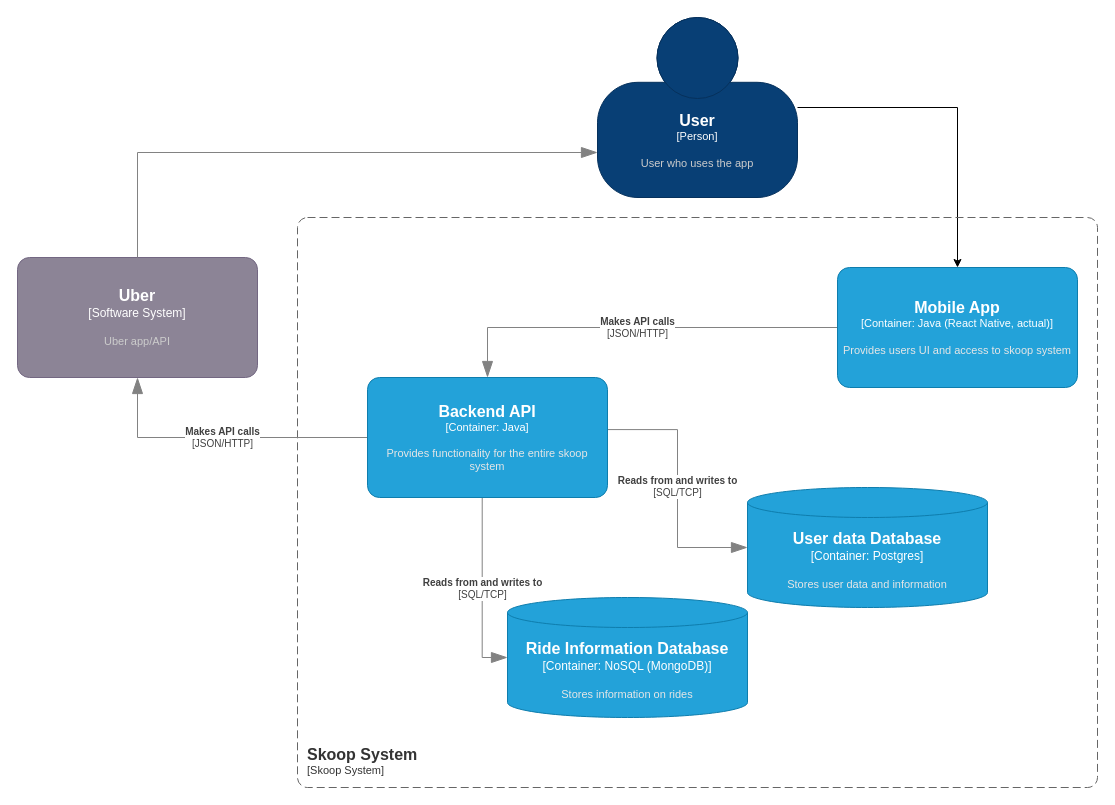
MichaelKupferstein/SchoolProjects keeps this draw.io diagram as page "Container Diagram" (2 of 3) of com3810/diagrams/C4/skoop-system-c4-model.drawio. Above is the earlier version. Source tidied: cells renumbered, new cells numbered last; positions are measured from the earlier drawing's top-left corner, leaving out a move shared by most shapes. Both pictures are drawn from the tidied source at 100%, with x=0, y=0 at pixel (17, 17).
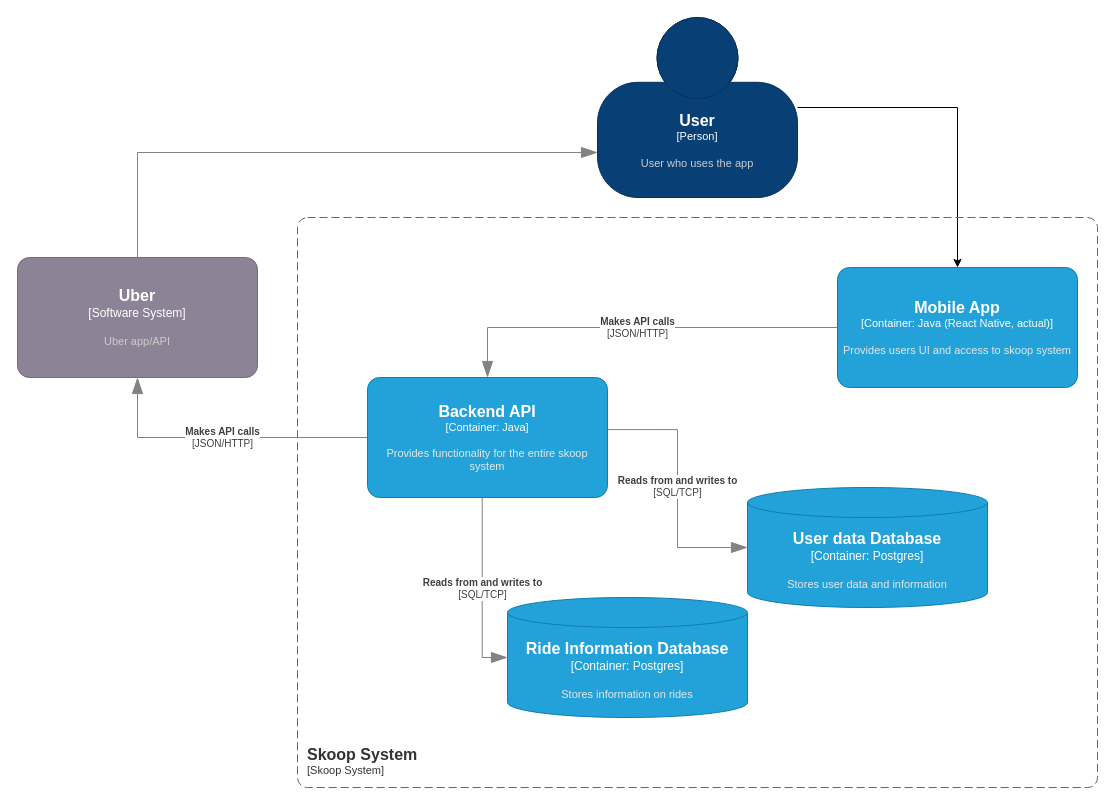
After the change.

Commit message (it also covers changes not shown here):
updated to remove mongodb reference

Diff of the diagram source:
```diff
@@
-    <object id="8" label="&lt;font style=&quot;font-size: 16px&quot;&gt;&lt;b&gt;%c4Name%&lt;/b&gt;&lt;/font&gt;&lt;div&gt;[%c4Type%:&amp;nbsp;%c4Technology%]&lt;/div&gt;&lt;br&gt;&lt;div&gt;&lt;font style=&quot;font-size: 11px&quot;&gt;&lt;font color=&quot;#E6E6E6&quot;&gt;%c4Description%&lt;/font&gt;&lt;/div&gt;" c4Description="Stores information on rides" c4Name="Ride Information Database" c4Technology="NoSQL (MongoDB)" c4Type="Container" placeholders="1">
+    <object id="8" label="&lt;font style=&quot;font-size: 16px&quot;&gt;&lt;b&gt;%c4Name%&lt;/b&gt;&lt;/font&gt;&lt;div&gt;[%c4Type%:&amp;nbsp;%c4Technology%]&lt;/div&gt;&lt;br&gt;&lt;div&gt;&lt;font style=&quot;font-size: 11px&quot;&gt;&lt;font color=&quot;#E6E6E6&quot;&gt;%c4Description%&lt;/font&gt;&lt;/div&gt;" c4Description="Stores information on rides" c4Name="Ride Information Database" c4Technology="Postgres" c4Type="Container" placeholders="1">
       <mxCell style="shape=cylinder3;size=15;whiteSpace=wrap;html=1;boundedLbl=1;rounded=0;labelBackgroundColor=none;fillColor=#23A2D9;fontSize=12;fontColor=#ffffff;align=center;strokeColor=#0E7DAD;points=[[0.5,0,0],[1,0.25,0],[1,0.5,0],[1,0.75,0],[0.5,1,0],[0,0.75,0],[0,0.5,0],[0,0.25,0]];" parent="1" vertex="1">
         <mxGeometry x="490" y="580" width="240" height="120" as="geometry" />
       </mxCell>
     </object>
```
